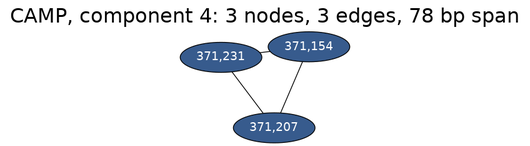
Before: notebooks/graphs/CAMP_cc4.png, a diagram exported from Graphviz (fedarko/sheepgut). Its source is kept beside it as notebooks/graphs/CAMP_cc4.gv.
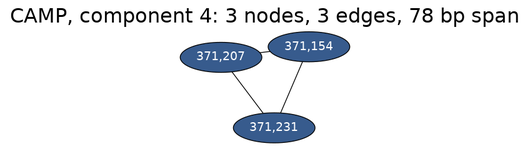
The same diagram one commit later.

Diff of the diagram source:
```diff
@@ -6,8 +6,8 @@
 	labelloc="t";
 	fontsize=24;
 	"371,154" [fillcolor="#375b8d", fontcolor="#ffffff"];
+	"371,207" [fillcolor="#375b8d", fontcolor="#ffffff"];
 	"371,231" [fillcolor="#375b8d", fontcolor="#ffffff"];
-	"371,207" [fillcolor="#375b8d", fontcolor="#ffffff"];
 	"371,154" -- "371,207";
 	"371,154" -- "371,231";
 	"371,231" -- "371,207";
```
